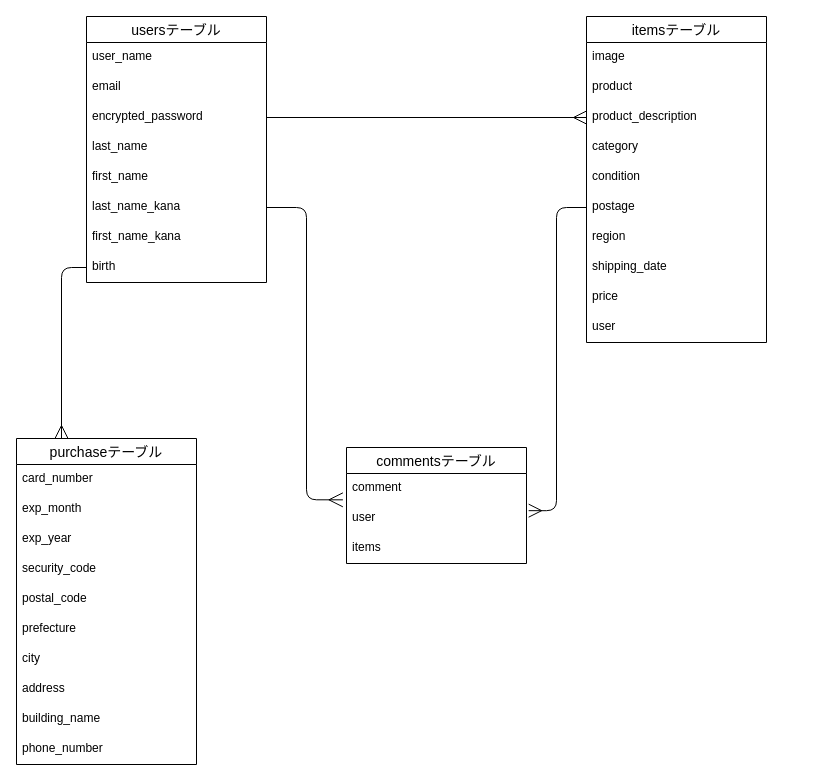
Before: furima.dio in hmeg2896/furima-36743, a draw.io diagram. Source tidied: cells renumbered, new cells numbered last; positions are measured from the earlier drawing's top-left corner, leaving out a move shared by most shapes. Both pictures are drawn from the tidied source at 100%, with x=0, y=0 at pixel (16, 16).
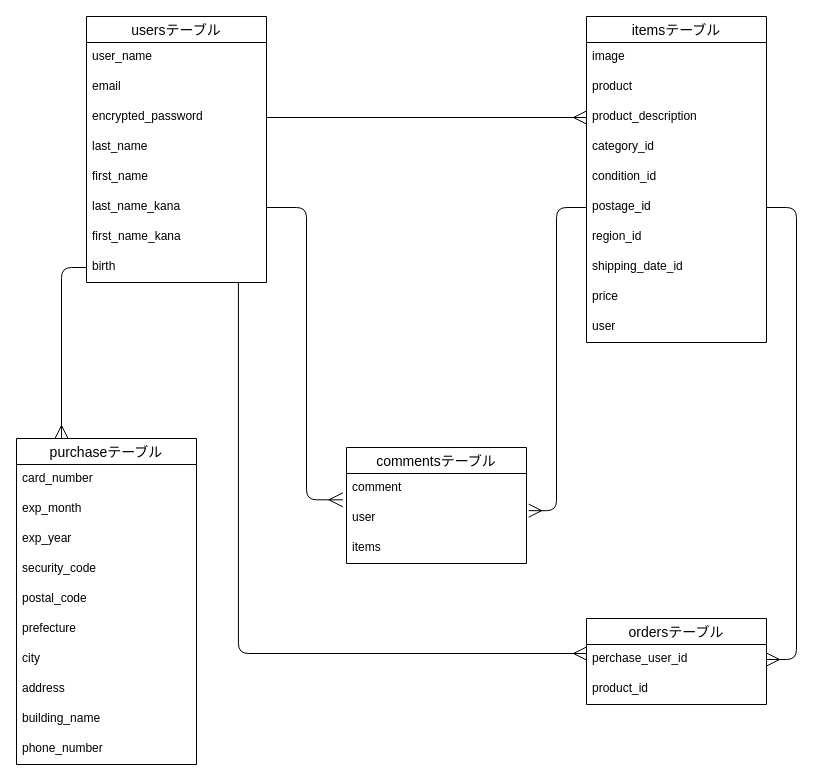
After the change.

The change refers to these unchanged cells:
```xml
<mxCell id="10" value="birth" style="text;strokeColor=none;fillColor=none;spacingLeft=4;spacingRight=4;overflow=hidden;points=[[0,0.5],[1,0.5]];portConstraint=eastwest;fontSize=12;" parent="2" vertex="1">
  <mxGeometry y="236" width="180" height="30" as="geometry" />
</mxCell>
<mxCell id="11" value="itemsテーブル" style="swimlane;fontStyle=0;horizontal=1;startSize=26;align=center;fontSize=14;" parent="1" vertex="1">
  <mxGeometry x="570" width="180" height="326" as="geometry" />
</mxCell>
```

Diff of the diagram source:
```diff
@@
-    <mxCell id="15" value="category" style="text;strokeColor=none;fillColor=none;spacingLeft=4;spacingRight=4;overflow=hidden;fontSize=12;" parent="11" vertex="1">
+    <mxCell id="15" value="category_id" style="text;strokeColor=none;fillColor=none;spacingLeft=4;spacingRight=4;overflow=hidden;fontSize=12;" parent="11" vertex="1">
       <mxGeometry y="116" width="180" height="30" as="geometry" />
     </mxCell>
-    <mxCell id="16" value="condition" style="text;strokeColor=none;fillColor=none;spacingLeft=4;spacingRight=4;overflow=hidden;fontSize=12;" parent="11" vertex="1">
+    <mxCell id="16" value="condition_id" style="text;strokeColor=none;fillColor=none;spacingLeft=4;spacingRight=4;overflow=hidden;fontSize=12;" parent="11" vertex="1">
       <mxGeometry y="146" width="180" height="30" as="geometry" />
     </mxCell>
-    <mxCell id="17" value="postage" style="text;strokeColor=none;fillColor=none;spacingLeft=4;spacingRight=4;overflow=hidden;points=[[0,0.5],[1,0.5]];portConstraint=eastwest;fontSize=12;" parent="11" vertex="1">
+    <mxCell id="17" value="postage_id" style="text;strokeColor=none;fillColor=none;spacingLeft=4;spacingRight=4;overflow=hidden;points=[[0,0.5],[1,0.5]];portConstraint=eastwest;fontSize=12;" parent="11" vertex="1">
       <mxGeometry y="176" width="180" height="30" as="geometry" />
     </mxCell>
-    <mxCell id="18" value="region" style="text;strokeColor=none;fillColor=none;spacingLeft=4;spacingRight=4;overflow=hidden;fontSize=12;" parent="11" vertex="1">
+    <mxCell id="18" value="region_id" style="text;strokeColor=none;fillColor=none;spacingLeft=4;spacingRight=4;overflow=hidden;fontSize=12;" parent="11" vertex="1">
       <mxGeometry y="206" width="180" height="30" as="geometry" />
     </mxCell>
-    <mxCell id="19" value="shipping_date" style="text;strokeColor=none;fillColor=none;spacingLeft=4;spacingRight=4;overflow=hidden;fontSize=12;" parent="11" vertex="1">
+    <mxCell id="19" value="shipping_date_id" style="text;strokeColor=none;fillColor=none;spacingLeft=4;spacingRight=4;overflow=hidden;fontSize=12;" parent="11" vertex="1">
       <mxGeometry y="236" width="180" height="30" as="geometry" />
     </mxCell>
@@
+    <mxCell id="42" value="ordersテーブル" style="swimlane;fontStyle=0;horizontal=1;startSize=26;align=center;fontSize=14;" parent="1" vertex="1">
+      <mxGeometry x="570" y="602" width="180" height="86" as="geometry" />
+    </mxCell>
+    <mxCell id="43" value="perchase_user_id" style="text;strokeColor=none;fillColor=none;spacingLeft=4;spacingRight=4;overflow=hidden;points=[[0,0.5],[1,0.5]];portConstraint=eastwest;fontSize=12;" parent="42" vertex="1">
+      <mxGeometry y="26" width="180" height="30" as="geometry" />
+    </mxCell>
+    <mxCell id="44" value="product_id" style="text;strokeColor=none;fillColor=none;spacingLeft=4;spacingRight=4;overflow=hidden;fontSize=12;" parent="42" vertex="1">
+      <mxGeometry y="56" width="180" height="30" as="geometry" />
+    </mxCell>
+    <mxCell id="45" style="edgeStyle=elbowEdgeStyle;html=1;entryX=0;entryY=0.3;entryDx=0;entryDy=0;entryPerimeter=0;elbow=vertical;exitX=0.844;exitY=1;exitDx=0;exitDy=0;exitPerimeter=0;endArrow=ERmany;endFill=0;endSize=11;" parent="1" edge="1" source="10" target="43">
+      <mxGeometry relative="1" as="geometry">
+        <Array as="points">
+          <mxPoint x="360" y="637" />
+          <mxPoint x="400" y="632" />
+        </Array>
+      </mxGeometry>
+    </mxCell>
+    <mxCell id="46" style="elbow=vertical;html=1;exitX=1;exitY=0.5;exitDx=0;exitDy=0;endArrow=ERmany;endFill=0;endSize=11;edgeStyle=orthogonalEdgeStyle;entryX=1;entryY=0.5;entryDx=0;entryDy=0;" parent="1" edge="1" source="17" target="43">
+      <mxGeometry relative="1" as="geometry">
+        <Array as="points">
+          <mxPoint x="780" y="191" />
+          <mxPoint x="780" y="643" />
+        </Array>
+      </mxGeometry>
+    </mxCell>
```
